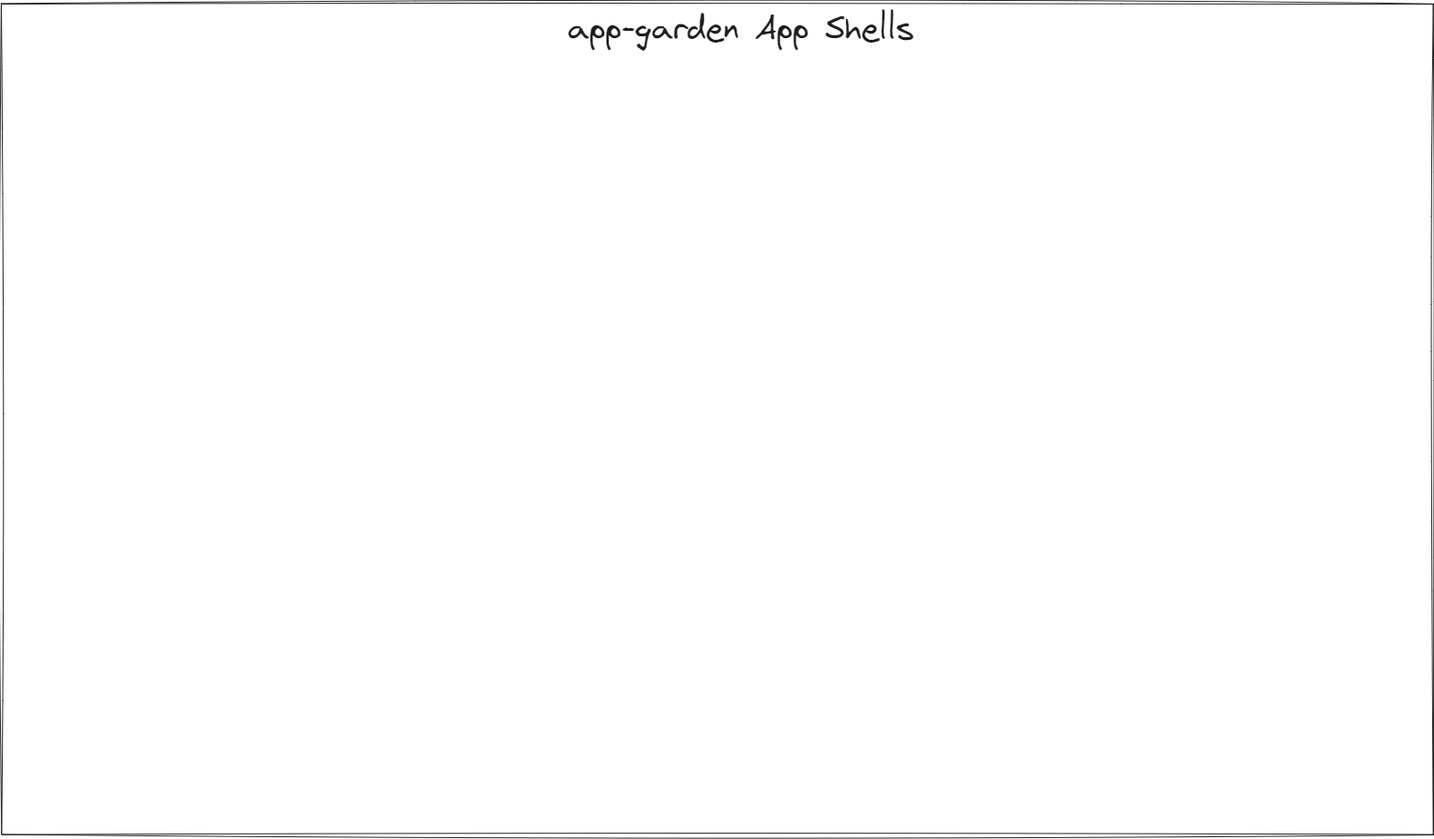
This is outline/gardens/wireframes/dashboard.excalidraw.png from VerdanTech/Vdt-Webapp, a Excalidraw export, as it was before one commit. Source tidied: one line per element, renumbered; positions are measured from the earlier drawing's top-left corner, leaving out a move shared by most shapes. The source it was exported from:
```json
{"id": 0, "type": "text", "text": "app-garden App Shells", "strokeColor": "#1e1e1e", "backgroundColor": "#ffec99", "fillStyle": "hachure", "strokeWidth": 1, "roughness": 1, "fontSize": 36, "fontFamily": 1, "x": 626, "y": 10, "width": 382, "height": 45}
{"id": 1, "type": "rectangle", "strokeColor": "#1e1e1e", "strokeWidth": 1, "roughness": 1, "x": 2, "y": 4, "width": 1579, "height": 916}
{"id": 2, "type": "frame", "strokeColor": "#bbb", "strokeWidth": 1, "roughness": 0, "x": 0, "y": 0, "width": 1581, "height": 925}
```
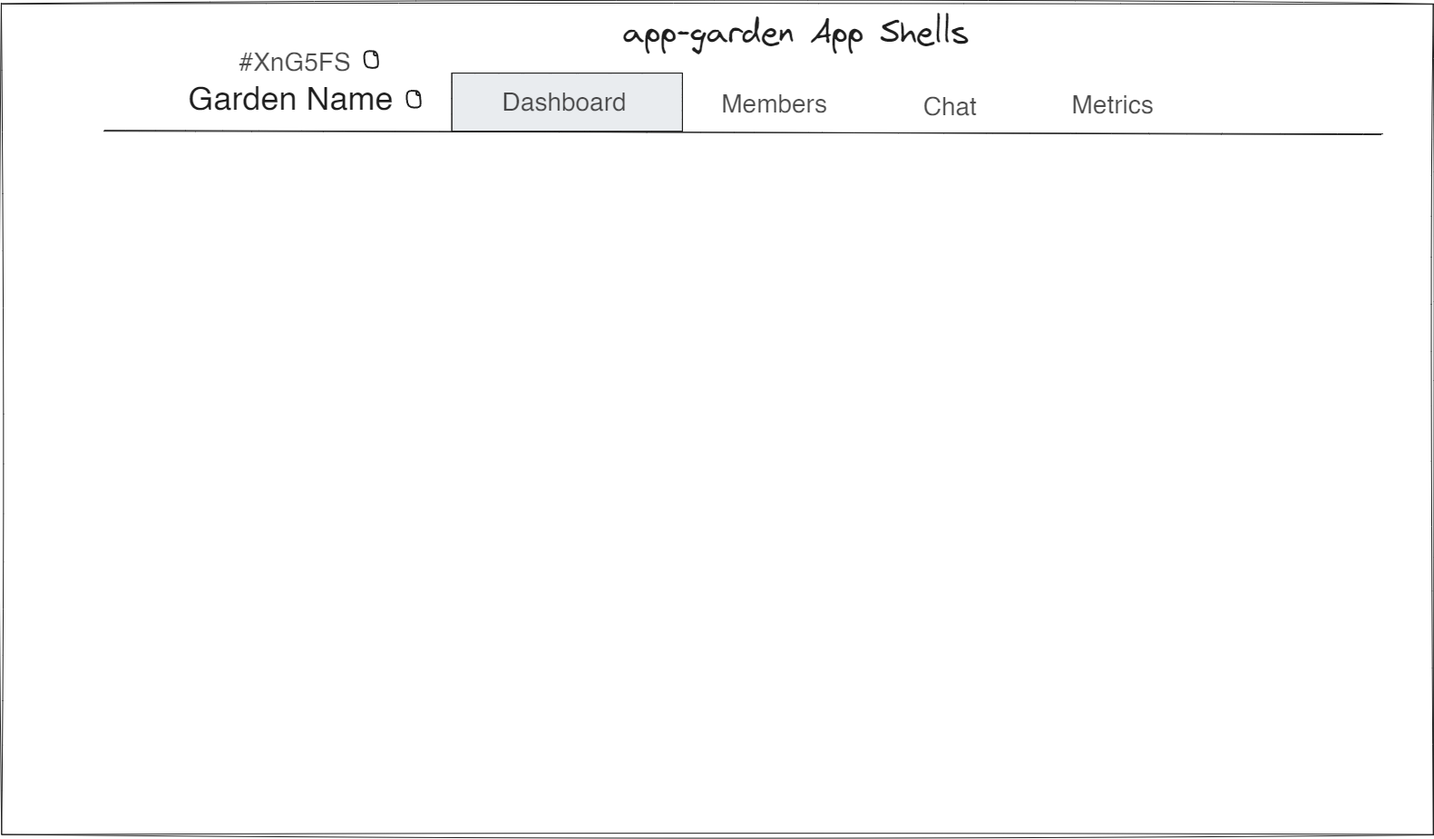
The same diagram one commit later.

The edit, as a diff of the source:
```diff
@@ -1,3 +1,13 @@
+{"id": 3, "type": "rectangle", "strokeColor": "#1e1e1e", "backgroundColor": "#e9ecef", "fillStyle": "solid", "strokeWidth": 1, "roughness": 0, "x": 498, "y": 81, "width": 254, "height": 64}
+{"id": 1, "type": "rectangle", "strokeColor": "#1e1e1e", "strokeWidth": 1, "roughness": 1, "x": 2, "y": 4, "width": 1579, "height": 916}
-{"id": 0, "type": "text", "text": "app-garden App Shells", "strokeColor": "#1e1e1e", "backgroundColor": "#ffec99", "fillStyle": "hachure", "strokeWidth": 1, "roughness": 1, "fontSize": 36, "fontFamily": 1, "x": 626, "y": 10, "width": 382, "height": 45}
+{"id": 0, "type": "text", "text": "app-garden App Shells", "strokeColor": "#1e1e1e", "backgroundColor": "#ffec99", "fillStyle": "hachure", "strokeWidth": 1, "roughness": 1, "fontSize": 36, "fontFamily": 1, "x": 686, "y": 14, "width": 382, "height": 45}
-{"id": 1, "type": "rectangle", "strokeColor": "#1e1e1e", "strokeWidth": 1, "roughness": 1, "x": 2, "y": 4, "width": 1579, "height": 916}
+{"id": 4, "type": "text", "text": "Garden Name", "strokeColor": "#1e1e1e", "strokeWidth": 1, "roughness": 1, "fontSize": 36, "fontFamily": 2, "x": 207, "y": 88, "width": 226, "height": 41}
+{"id": 5, "type": "text", "text": "Dashboard", "strokeColor": "#1e1e1e", "strokeWidth": 1, "roughness": 1, "opacity": 80, "fontSize": 28, "fontFamily": 2, "x": 554, "y": 96, "width": 137, "height": 32}
+{"id": 6, "type": "text", "text": "Members", "strokeColor": "#1e1e1e", "strokeWidth": 1, "roughness": 1, "opacity": 80, "fontSize": 28, "fontFamily": 2, "x": 795, "y": 98, "width": 117, "height": 32}
+{"id": 7, "type": "text", "text": "Metrics", "strokeColor": "#1e1e1e", "strokeWidth": 1, "roughness": 1, "opacity": 80, "fontSize": 28, "fontFamily": 2, "x": 1182, "y": 99, "width": 90, "height": 32}
+{"id": 8, "type": "text", "text": "Chat", "strokeColor": "#1e1e1e", "strokeWidth": 1, "roughness": 1, "opacity": 80, "fontSize": 28, "fontFamily": 2, "x": 1018, "y": 101, "width": 59, "height": 32}
+{"id": 9, "type": "text", "text": "#XnG5FS", "strokeColor": "#1e1e1e", "strokeWidth": 1, "roughness": 1, "opacity": 80, "fontSize": 28, "fontFamily": 2, "x": 264, "y": 52, "width": 123, "height": 32}
+{"id": 10, "type": "line", "strokeColor": "#1e1e1e", "strokeWidth": 2, "roughness": 0, "round": true, "x": 412, "y": 57, "width": 14, "height": 17, "points": [[0, 0], [0, 3], [4, 4], [0, -1], [-10, 1], [-9, 16], [4, 16], [4, 4]]}
+{"id": 11, "type": "line", "strokeColor": "#1e1e1e", "strokeWidth": 2, "roughness": 0, "round": true, "x": 459, "y": 101, "width": 14, "height": 17, "points": [[0, 0], [0, 3], [4, 4], [0, -1], [-10, 1], [-9, 16], [4, 16], [4, 4]]}
+{"id": 12, "type": "line", "strokeColor": "#1e1e1e", "strokeWidth": 1, "roughness": 1, "round": true, "x": 1524, "y": 148, "width": 1410, "height": 4, "points": [[0, 0], [-1410, -4]]}
 {"id": 2, "type": "frame", "strokeColor": "#bbb", "strokeWidth": 1, "roughness": 0, "x": 0, "y": 0, "width": 1581, "height": 925}
```
